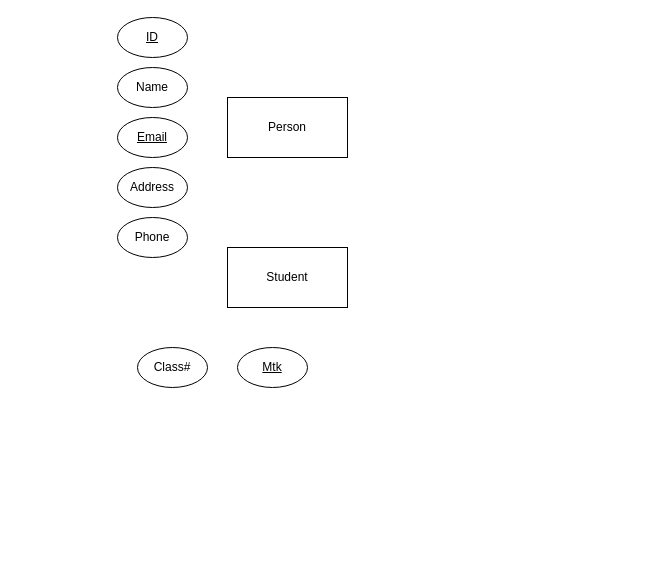
The draw.io diagram University.drawio in nuo-li/Examples, before the edit. Source tidied: cells renumbered, new cells numbered last; positions are measured from the earlier drawing's top-left corner, leaving out a move shared by most shapes. Both pictures are drawn from the tidied source at 100%, with x=0, y=0 at pixel (117, 17).
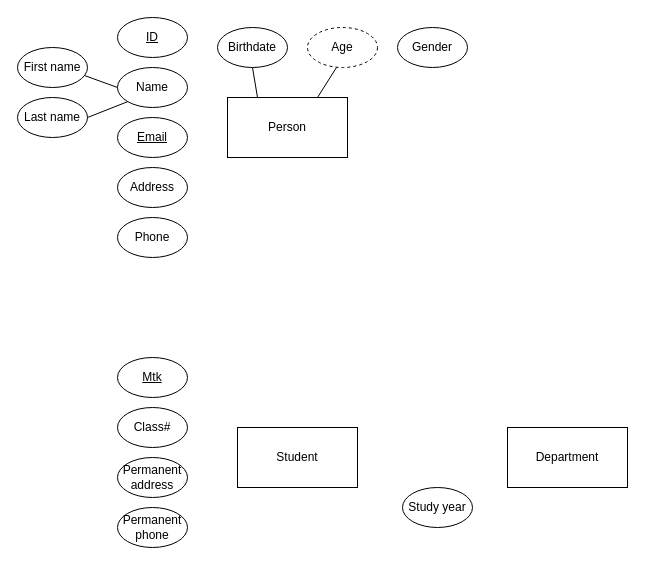
The same diagram, later.

The change refers to these unchanged cells:
```xml
<mxCell id="3" value="Person" style="rounded=0;whiteSpace=wrap;html=1;" parent="1" vertex="1">
  <mxGeometry x="110" y="80" width="120" height="60" as="geometry" />
</mxCell>
<mxCell id="4" value="Name" style="ellipse;whiteSpace=wrap;html=1;" parent="1" vertex="1">
  <mxGeometry y="50" width="70" height="40" as="geometry" />
</mxCell>
```

Diff of the diagram source:
```diff
@@
     <mxCell id="2" value="Student" style="rounded=0;whiteSpace=wrap;html=1;" parent="1" vertex="1">
-      <mxGeometry x="110" y="230" width="120" height="60" as="geometry" />
+      <mxGeometry x="120" y="410" width="120" height="60" as="geometry" />
     </mxCell>
@@
     <mxCell id="5" value="Class#" style="ellipse;whiteSpace=wrap;html=1;" parent="1" vertex="1">
-      <mxGeometry x="20" y="330" width="70" height="40" as="geometry" />
+      <mxGeometry y="390" width="70" height="40" as="geometry" />
     </mxCell>
     <mxCell id="6" value="&lt;u&gt;Mtk&lt;/u&gt;" style="ellipse;whiteSpace=wrap;html=1;" parent="1" vertex="1">
-      <mxGeometry x="120" y="330" width="70" height="40" as="geometry" />
+      <mxGeometry y="340" width="70" height="40" as="geometry" />
     </mxCell>
@@
+    <mxCell id="11" value="Permanent address" style="ellipse;whiteSpace=wrap;html=1;" parent="1" vertex="1">
+      <mxGeometry y="440" width="70" height="40" as="geometry" />
+    </mxCell>
+    <mxCell id="12" value="Permanent phone" style="ellipse;whiteSpace=wrap;html=1;" parent="1" vertex="1">
+      <mxGeometry y="490" width="70" height="40" as="geometry" />
+    </mxCell>
+    <mxCell id="13" value="First name" style="ellipse;whiteSpace=wrap;html=1;" parent="1" vertex="1">
+      <mxGeometry x="-100" y="30" width="70" height="40" as="geometry" />
+    </mxCell>
+    <mxCell id="14" value="Last name" style="ellipse;whiteSpace=wrap;html=1;" parent="1" vertex="1">
+      <mxGeometry x="-100" y="80" width="70" height="40" as="geometry" />
+    </mxCell>
+    <mxCell id="15" style="endArrow=none;html=1;rounded=0;entryX=0;entryY=0.5;entryDx=0;entryDy=0;exitX=0.957;exitY=0.7;exitDx=0;exitDy=0;exitPerimeter=0;" parent="1" edge="1" source="13" target="4">
+      <mxGeometry relative="1" as="geometry" />
+    </mxCell>
+    <mxCell id="16" style="endArrow=none;html=1;rounded=0;entryX=0;entryY=1;entryDx=0;entryDy=0;exitX=1;exitY=0.5;exitDx=0;exitDy=0;" parent="1" edge="1" source="14" target="4">
+      <mxGeometry relative="1" as="geometry" />
+    </mxCell>
+    <mxCell id="17" value="Birthdate" style="ellipse;whiteSpace=wrap;html=1;" parent="1" vertex="1">
+      <mxGeometry x="100" y="10" width="70" height="40" as="geometry" />
+    </mxCell>
+    <mxCell id="18" value="Age" style="ellipse;whiteSpace=wrap;html=1;dashed=1;" parent="1" vertex="1">
+      <mxGeometry x="190" y="10" width="70" height="40" as="geometry" />
+    </mxCell>
+    <mxCell id="19" style="endArrow=none;html=1;rounded=0;entryX=0.5;entryY=1;entryDx=0;entryDy=0;exitX=0.25;exitY=0;exitDx=0;exitDy=0;" parent="1" edge="1" source="3" target="17">
+      <mxGeometry relative="1" as="geometry" />
+    </mxCell>
+    <mxCell id="20" style="endArrow=none;html=1;rounded=0;entryX=0.414;entryY=1;entryDx=0;entryDy=0;exitX=0.75;exitY=0;exitDx=0;exitDy=0;entryPerimeter=0;" parent="1" edge="1" source="3" target="18">
+      <mxGeometry relative="1" as="geometry" />
+    </mxCell>
+    <mxCell id="21" value="Gender" style="ellipse;whiteSpace=wrap;html=1;" parent="1" vertex="1">
+      <mxGeometry x="280" y="10" width="70" height="40" as="geometry" />
+    </mxCell>
+    <mxCell id="22" value="Study year" style="ellipse;whiteSpace=wrap;html=1;" parent="1" vertex="1">
+      <mxGeometry x="285" y="470" width="70" height="40" as="geometry" />
+    </mxCell>
+    <mxCell id="23" value="Department" style="rounded=0;whiteSpace=wrap;html=1;" parent="1" vertex="1">
+      <mxGeometry x="390" y="410" width="120" height="60" as="geometry" />
+    </mxCell>
```
